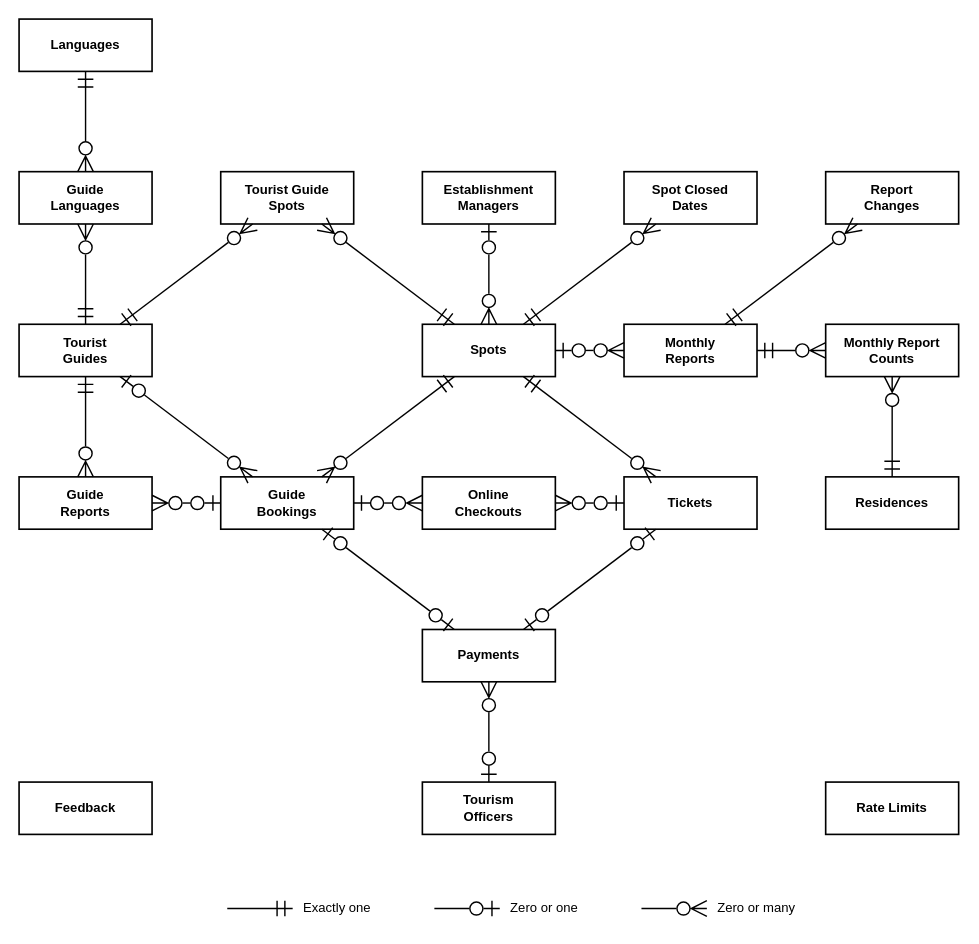
This is docs/diagrams/ztims-erd.drawio from jefee0101/ZTIMS, a draw.io file, before an edit. Source tidied: cells renumbered, new cells numbered last; positions are measured from the earlier drawing's top-left corner, leaving out a move shared by most shapes. Both pictures are drawn from the tidied source at 109%, with x=0, y=0 at pixel (19, 19).
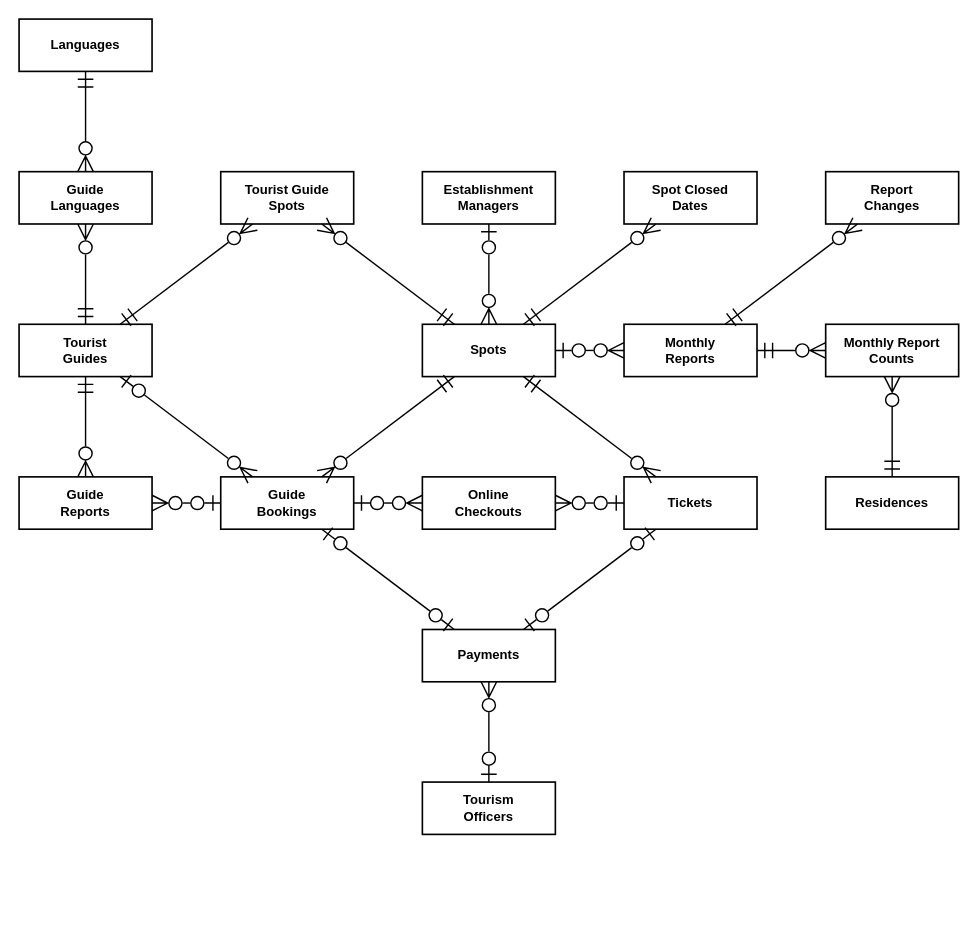
The same page after the edit.

Commit message (it also covers changes not shown here):
Drop the legend, feedback and rate limits from the ERD

Feedback and rate_limits link to no other table, and rate_limits is a
security counter rather than tourism data. Without them and the legend
the diagram is 17 tables on one portrait page.

Claude-Session: https://claude.ai/code/session_01DodXmhEpoi71garNeHNJmv

What changed in the source:
```diff
@@
-    <mxCell id="19" value="Feedback" style="rounded=0;whiteSpace=wrap;html=1;fillColor=#ffffff;strokeColor=#000000;strokeWidth=1.5;fontColor=#000000;fontStyle=1;fontSize=12;" parent="1" vertex="1">
-      <mxGeometry y="700" width="122" height="48" as="geometry" />
-    </mxCell>
-    <mxCell id="20" value="Rate Limits" style="rounded=0;whiteSpace=wrap;html=1;fillColor=#ffffff;strokeColor=#000000;strokeWidth=1.5;fontColor=#000000;fontStyle=1;fontSize=12;" parent="1" vertex="1">
-      <mxGeometry x="740" y="700" width="122" height="48" as="geometry" />
-    </mxCell>
@@
-    <mxCell id="41" style="endArrow=ERmandOne;endFill=0;endSize=12;html=1;strokeColor=#000000;strokeWidth=1.3;fontColor=#000000;fontSize=12;labelPosition=right;align=left;" parent="1" edge="1">
-      <mxGeometry relative="1" as="geometry">
-        <mxPoint x="191" y="816" as="sourcePoint" />
-        <mxPoint x="251" y="816" as="targetPoint" />
-      </mxGeometry>
-    </mxCell>
-    <mxCell id="42" value="Exactly one" style="text;html=1;align=left;verticalAlign=middle;fontColor=#000000;fontSize=12;" parent="1" vertex="1">
-      <mxGeometry x="259" y="806" width="110" height="20" as="geometry" />
-    </mxCell>
-    <mxCell id="43" style="endArrow=ERzeroToOne;endFill=0;endSize=12;html=1;strokeColor=#000000;strokeWidth=1.3;fontColor=#000000;fontSize=12;labelPosition=right;align=left;" parent="1" edge="1">
-      <mxGeometry relative="1" as="geometry">
-        <mxPoint x="381" y="816" as="sourcePoint" />
-        <mxPoint x="441" y="816" as="targetPoint" />
-      </mxGeometry>
-    </mxCell>
-    <mxCell id="44" value="Zero or one" style="text;html=1;align=left;verticalAlign=middle;fontColor=#000000;fontSize=12;" parent="1" vertex="1">
-      <mxGeometry x="449" y="806" width="110" height="20" as="geometry" />
-    </mxCell>
-    <mxCell id="45" style="endArrow=ERzeroToMany;endFill=0;endSize=12;html=1;strokeColor=#000000;strokeWidth=1.3;fontColor=#000000;fontSize=12;labelPosition=right;align=left;" parent="1" edge="1">
-      <mxGeometry relative="1" as="geometry">
-        <mxPoint x="571" y="816" as="sourcePoint" />
-        <mxPoint x="631" y="816" as="targetPoint" />
-      </mxGeometry>
-    </mxCell>
-    <mxCell id="46" value="Zero or many" style="text;html=1;align=left;verticalAlign=middle;fontColor=#000000;fontSize=12;" parent="1" vertex="1">
-      <mxGeometry x="639" y="806" width="110" height="20" as="geometry" />
-    </mxCell>
```
